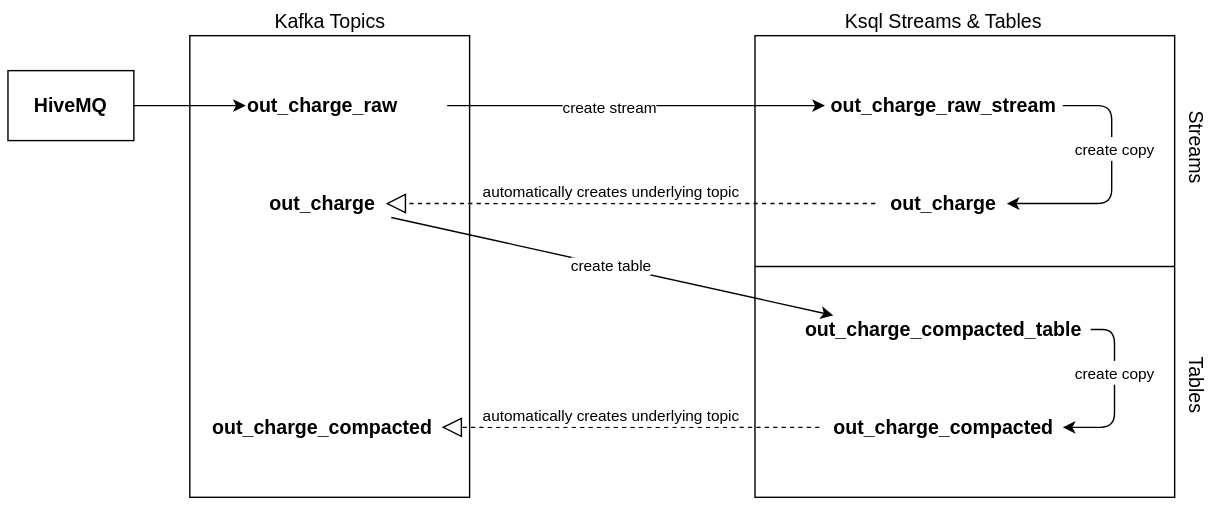
NovatecConsulting/showcase-kafka-iot-emob keeps this draw.io diagram as DataFlow_v2.svg. Above is the earlier version. Source tidied: cells renumbered, new cells last; positions are measured from the earlier drawing's top-left corner, leaving out a move shared by most shapes.
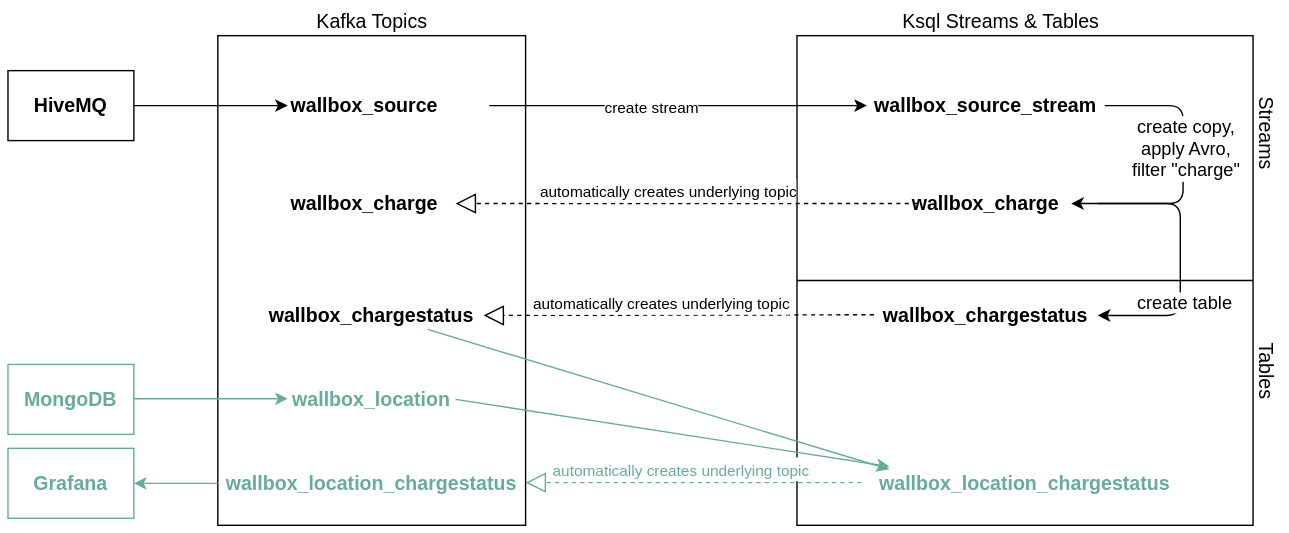
The same diagram one commit later.

Change to the diagram source:
```diff
@@ -3,37 +3,34 @@
     <mxCell id="0" />
     <mxCell id="1" parent="0" />
     <mxCell id="2" style="rounded=0;whiteSpace=wrap;html=1;" parent="1" vertex="1">
-      <mxGeometry x="130" y="20" width="200" height="330" as="geometry" />
+      <mxGeometry x="120" y="20" width="220" height="350" as="geometry" />
     </mxCell>
-    <mxCell id="3" value="out_charge_raw" style="text;html=1;strokeColor=none;fillColor=none;align=center;verticalAlign=middle;whiteSpace=wrap;rounded=0;fontSize=14;fontStyle=1;" parent="1" vertex="1">
+    <mxCell id="3" value="wallbox_source" style="text;html=1;strokeColor=none;fillColor=none;align=center;verticalAlign=middle;whiteSpace=wrap;rounded=0;fontSize=14;fontStyle=1;" parent="1" vertex="1">
       <mxGeometry x="205" y="60" width="40" height="20" as="geometry" />
     </mxCell>
-    <mxCell id="4" value="out_charge" style="text;html=1;strokeColor=none;fillColor=none;align=center;verticalAlign=middle;whiteSpace=wrap;rounded=0;fontSize=14;fontStyle=1;" parent="1" vertex="1">
+    <mxCell id="4" value="wallbox_charge" style="text;html=1;strokeColor=none;fillColor=none;align=center;verticalAlign=middle;whiteSpace=wrap;rounded=0;fontSize=14;fontStyle=1;" parent="1" vertex="1">
       <mxGeometry x="205" y="130" width="40" height="20" as="geometry" />
     </mxCell>
-    <mxCell id="5" value="out_charge_compacted" style="text;html=1;strokeColor=none;fillColor=none;align=center;verticalAlign=middle;whiteSpace=wrap;rounded=0;fontSize=14;fontStyle=1;" parent="1" vertex="1">
-      <mxGeometry x="205" y="290" width="40" height="20" as="geometry" />
+    <mxCell id="5" value="wallbox_chargestatus" style="text;html=1;strokeColor=none;fillColor=none;align=center;verticalAlign=middle;whiteSpace=wrap;rounded=0;fontSize=14;fontStyle=1;" parent="1" vertex="1">
+      <mxGeometry x="210" y="210" width="40" height="20" as="geometry" />
     </mxCell>
     <mxCell id="6" style="rounded=0;whiteSpace=wrap;html=1;" parent="1" vertex="1">
-      <mxGeometry x="534" y="20" width="300" height="330" as="geometry" />
+      <mxGeometry x="534" y="20" width="326" height="350" as="geometry" />
     </mxCell>
-    <mxCell id="7" value="out_charge_raw_stream" style="text;html=1;strokeColor=none;fillColor=none;align=center;verticalAlign=middle;whiteSpace=wrap;rounded=0;fontSize=14;fontStyle=1;" parent="1" vertex="1">
+    <mxCell id="7" value="wallbox_source_stream" style="text;html=1;strokeColor=none;fillColor=none;align=center;verticalAlign=middle;whiteSpace=wrap;rounded=0;fontSize=14;fontStyle=1;" parent="1" vertex="1">
       <mxGeometry x="649" y="60" width="40" height="20" as="geometry" />
     </mxCell>
-    <mxCell id="8" value="out_charge" style="text;html=1;strokeColor=none;fillColor=none;align=center;verticalAlign=middle;whiteSpace=wrap;rounded=0;fontSize=14;fontStyle=1;" parent="1" vertex="1">
+    <mxCell id="8" value="wallbox_charge" style="text;html=1;strokeColor=none;fillColor=none;align=center;verticalAlign=middle;whiteSpace=wrap;rounded=0;fontSize=14;fontStyle=1;" parent="1" vertex="1">
       <mxGeometry x="649" y="130" width="40" height="20" as="geometry" />
     </mxCell>
-    <mxCell id="9" value="out_charge_compacted_table" style="text;html=1;strokeColor=none;fillColor=none;align=center;verticalAlign=middle;whiteSpace=wrap;rounded=0;fontSize=14;fontStyle=1;" parent="1" vertex="1">
-      <mxGeometry x="649" y="220" width="40" height="20" as="geometry" />
+    <mxCell id="9" value="wallbox_chargestatus" style="text;html=1;strokeColor=none;fillColor=none;align=center;verticalAlign=middle;whiteSpace=wrap;rounded=0;fontSize=14;fontStyle=1;" parent="1" vertex="1">
+      <mxGeometry x="649" y="210" width="40" height="20" as="geometry" />
     </mxCell>
-    <mxCell id="10" value="out_charge_compacted" style="text;html=1;strokeColor=none;fillColor=none;align=center;verticalAlign=middle;whiteSpace=wrap;rounded=0;fontSize=14;fontStyle=1;" parent="1" vertex="1">
-      <mxGeometry x="649" y="290" width="40" height="20" as="geometry" />
-    </mxCell>
     <mxCell id="11" value="Kafka Topics" style="text;html=1;strokeColor=none;fillColor=none;align=center;verticalAlign=middle;whiteSpace=wrap;rounded=0;fontSize=14;" parent="1" vertex="1">
       <mxGeometry x="182.5" width="95" height="20" as="geometry" />
     </mxCell>
     <mxCell id="12" value="Ksql Streams &amp;amp; Tables" style="text;html=1;strokeColor=none;fillColor=none;align=center;verticalAlign=middle;whiteSpace=wrap;rounded=0;fontSize=14;" parent="1" vertex="1">
-      <mxGeometry x="589" width="160" height="20" as="geometry" />
+      <mxGeometry x="600" width="160" height="20" as="geometry" />
     </mxCell>
     <mxCell id="13" style="endArrow=classic;html=1;fontSize=11;" parent="1" edge="1">
       <mxGeometry relative="1" as="geometry">
@@ -44,62 +41,32 @@
     <mxCell id="14" value="&lt;font style=&quot;font-size: 11px&quot;&gt;create stream&lt;/font&gt;" style="edgeLabel;html=1;align=center;verticalAlign=middle;fontSize=14;" parent="13" vertex="1">
       <mxGeometry x="-0.15" relative="1" as="geometry" />
     </mxCell>
-    <mxCell id="15" style="endArrow=classic;html=1;fontSize=14;" parent="1" edge="1">
-      <mxGeometry relative="1" as="geometry">
-        <mxPoint x="274" y="150" as="sourcePoint" />
-        <mxPoint x="590" y="220" as="targetPoint" />
-      </mxGeometry>
-    </mxCell>
-    <mxCell id="16" value="create table" style="edgeLabel;html=1;align=center;verticalAlign=middle;fontSize=11;" parent="15" vertex="1">
-      <mxGeometry x="0.07" y="2" relative="1" as="geometry">
-        <mxPoint x="-14.3" y="-0.7" as="offset" />
-      </mxGeometry>
-    </mxCell>
     <mxCell id="17" style="endArrow=classic;html=1;fontSize=14;" parent="1" edge="1">
       <mxGeometry relative="1" as="geometry">
         <mxPoint x="754" y="70" as="sourcePoint" />
-        <mxPoint x="714" y="140" as="targetPoint" />
+        <mxPoint x="730" y="140" as="targetPoint" />
         <Array as="points">
-          <mxPoint x="789" y="70" />
-          <mxPoint x="789" y="100" />
-          <mxPoint x="789" y="140" />
+          <mxPoint x="810" y="70" />
+          <mxPoint x="810" y="140" />
         </Array>
       </mxGeometry>
     </mxCell>
-    <mxCell id="18" value="&lt;font style=&quot;font-size: 11px&quot;&gt;create copy &lt;/font&gt;" style="edgeLabel;html=1;align=center;verticalAlign=middle;fontSize=14;" parent="17" vertex="1">
-      <mxGeometry x="-0.17" y="1" relative="1" as="geometry">
-        <mxPoint y="-10" as="offset" />
-      </mxGeometry>
+    <mxCell id="18" value="&lt;div style=&quot;font-size: 13px&quot;&gt;&lt;font style=&quot;font-size: 13px&quot;&gt;create copy&lt;/font&gt;&lt;font style=&quot;font-size: 13px&quot;&gt;,&lt;/font&gt;&lt;/div&gt;&lt;div style=&quot;font-size: 13px&quot;&gt;&lt;font style=&quot;font-size: 13px&quot;&gt;apply Avro,&lt;/font&gt;&lt;/div&gt;&lt;div style=&quot;font-size: 13px&quot;&gt;&lt;font style=&quot;font-size: 13px&quot;&gt;filter &quot;charge&quot;&lt;/font&gt;&lt;font style=&quot;font-size: 13px&quot;&gt;&lt;br&gt;&lt;/font&gt;&lt;/div&gt;" style="edgeLabel;html=1;align=center;verticalAlign=middle;fontSize=14;" parent="17" vertex="1">
+      <mxGeometry x="-0.17" y="1" relative="1" as="geometry" />
     </mxCell>
-    <mxCell id="19" style="endArrow=classic;html=1;fontSize=14;" parent="1" edge="1">
-      <mxGeometry relative="1" as="geometry">
-        <mxPoint x="774" y="230" as="sourcePoint" />
-        <mxPoint x="754" y="300" as="targetPoint" />
-        <Array as="points">
-          <mxPoint x="791" y="230" />
-          <mxPoint x="791" y="260" />
-          <mxPoint x="791" y="300" />
-        </Array>
-      </mxGeometry>
-    </mxCell>
-    <mxCell id="20" value="&lt;font style=&quot;font-size: 11px&quot;&gt;create copy&lt;/font&gt;" style="edgeLabel;html=1;align=center;verticalAlign=middle;fontSize=14;" parent="19" vertex="1">
-      <mxGeometry x="-0.1" y="2" relative="1" as="geometry">
-        <mxPoint x="-3" y="-9" as="offset" />
-      </mxGeometry>
-    </mxCell>
     <mxCell id="21" style="endArrow=none;html=1;fontSize=14;entryX=1;entryY=0.5;entryDx=0;entryDy=0;exitX=0;exitY=0.5;exitDx=0;exitDy=0;" parent="1" edge="1" source="6" target="6">
       <mxGeometry relative="1" as="geometry" />
     </mxCell>
     <mxCell id="22" value="Streams" style="text;html=1;strokeColor=none;fillColor=none;align=center;verticalAlign=middle;whiteSpace=wrap;rounded=0;fontSize=14;rotation=90;" parent="1" vertex="1">
-      <mxGeometry x="830" y="90" width="40" height="20" as="geometry" />
+      <mxGeometry x="850" y="80" width="40" height="20" as="geometry" />
     </mxCell>
     <mxCell id="23" value="Tables" style="text;html=1;strokeColor=none;fillColor=none;align=center;verticalAlign=middle;whiteSpace=wrap;rounded=0;fontSize=14;rotation=90;" parent="1" vertex="1">
-      <mxGeometry x="830" y="260" width="40" height="20" as="geometry" />
+      <mxGeometry x="850" y="250" width="40" height="20" as="geometry" />
     </mxCell>
     <mxCell id="24" style="endArrow=block;dashed=1;endFill=0;endSize=12;html=1;fontSize=14;" parent="1" edge="1">
       <mxGeometry relative="1" as="geometry">
         <mxPoint x="620" y="140" as="sourcePoint" />
-        <mxPoint x="270" y="140" as="targetPoint" />
+        <mxPoint x="290" y="140" as="targetPoint" />
       </mxGeometry>
     </mxCell>
     <mxCell id="25" value="&lt;font style=&quot;font-size: 11px&quot;&gt;automatically creates underlying topic&lt;/font&gt;" style="edgeLabel;html=1;align=center;verticalAlign=middle;fontSize=14;" parent="24" vertex="1">
@@ -109,22 +76,87 @@
     </mxCell>
     <mxCell id="26" style="endArrow=block;dashed=1;endFill=0;endSize=12;html=1;fontSize=14;" parent="1" edge="1">
       <mxGeometry relative="1" as="geometry">
-        <mxPoint x="580" y="300" as="sourcePoint" />
-        <mxPoint x="310" y="300" as="targetPoint" />
+        <mxPoint x="589" y="219.5" as="sourcePoint" />
+        <mxPoint x="310" y="220" as="targetPoint" />
       </mxGeometry>
     </mxCell>
     <mxCell id="27" value="&lt;font style=&quot;font-size: 11px&quot;&gt;automatically creates underlying topic&lt;/font&gt;" style="edgeLabel;html=1;align=center;verticalAlign=middle;fontSize=14;" parent="26" vertex="1">
       <mxGeometry x="-0.08" y="1" relative="1" as="geometry">
-        <mxPoint x="-26" y="-11" as="offset" />
+        <mxPoint x="-25" y="-10.5" as="offset" />
       </mxGeometry>
     </mxCell>
     <mxCell id="28" value="&lt;font style=&quot;font-size: 14px&quot;&gt;&lt;b&gt;HiveMQ&lt;/b&gt;&lt;/font&gt;" style="rounded=0;whiteSpace=wrap;html=1;fontSize=11;" parent="1" vertex="1">
-      <mxGeometry y="45" width="90" height="50" as="geometry" />
+      <mxGeometry x="-30" y="45" width="90" height="50" as="geometry" />
     </mxCell>
     <mxCell id="29" style="endArrow=classic;html=1;fontSize=11;exitX=1;exitY=0.5;exitDx=0;exitDy=0;" parent="1" edge="1" source="28">
       <mxGeometry relative="1" as="geometry">
         <mxPoint x="170" y="70" as="targetPoint" />
       </mxGeometry>
     </mxCell>
+    <mxCell id="30" value="&lt;font size=&quot;1&quot; color=&quot;#67AB9F&quot;&gt;&lt;b style=&quot;font-size: 14px&quot;&gt;wallbox_location&lt;/b&gt;&lt;/font&gt;" style="text;html=1;strokeColor=none;fillColor=none;align=center;verticalAlign=middle;whiteSpace=wrap;rounded=0;" parent="1" vertex="1">
+      <mxGeometry x="210" y="270" width="40" height="20" as="geometry" />
+    </mxCell>
+    <mxCell id="31" value="&lt;font size=&quot;1&quot; color=&quot;#67AB9F&quot;&gt;&lt;b style=&quot;font-size: 14px&quot;&gt;wallbox_location_chargestatus&lt;/b&gt;&lt;/font&gt;" style="text;html=1;strokeColor=none;fillColor=none;align=center;verticalAlign=middle;whiteSpace=wrap;rounded=0;" parent="1" vertex="1">
+      <mxGeometry x="210" y="330" width="40" height="20" as="geometry" />
+    </mxCell>
+    <mxCell id="32" style="endArrow=classic;html=1;fontSize=14;" parent="1" edge="1">
+      <mxGeometry relative="1" as="geometry">
+        <mxPoint x="749" y="140" as="sourcePoint" />
+        <mxPoint x="749" y="220" as="targetPoint" />
+        <Array as="points">
+          <mxPoint x="808" y="140" />
+          <mxPoint x="808" y="180" />
+          <mxPoint x="808" y="220" />
+        </Array>
+      </mxGeometry>
+    </mxCell>
+    <mxCell id="16" value="&lt;div style=&quot;font-size: 13px&quot;&gt;&lt;font style=&quot;font-size: 13px&quot;&gt;create table&lt;/font&gt;&lt;/div&gt;" style="edgeLabel;html=1;align=center;verticalAlign=middle;fontSize=14;" parent="32" vertex="1">
+      <mxGeometry x="-0.17" y="1" relative="1" as="geometry">
+        <mxPoint x="1" y="47" as="offset" />
+      </mxGeometry>
+    </mxCell>
+    <mxCell id="33" value="&lt;font size=&quot;1&quot; color=&quot;#67AB9F&quot;&gt;&lt;b style=&quot;font-size: 14px&quot;&gt;wallbox_location_chargestatus&lt;/b&gt;&lt;/font&gt;" style="text;html=1;strokeColor=none;fillColor=none;align=center;verticalAlign=middle;whiteSpace=wrap;rounded=0;" parent="1" vertex="1">
+      <mxGeometry x="677" y="330" width="40" height="20" as="geometry" />
+    </mxCell>
+    <mxCell id="34" style="endArrow=classic;html=1;strokeColor=#67AB9F;" parent="1" edge="1">
+      <mxGeometry relative="1" as="geometry">
+        <mxPoint x="270" y="230" as="sourcePoint" />
+        <mxPoint x="600" y="330" as="targetPoint" />
+      </mxGeometry>
+    </mxCell>
+    <mxCell id="35" style="endArrow=classic;html=1;strokeColor=#67AB9F;" parent="1" edge="1">
+      <mxGeometry relative="1" as="geometry">
+        <mxPoint x="290" y="280" as="sourcePoint" />
+        <mxPoint x="600" y="328" as="targetPoint" />
+      </mxGeometry>
+    </mxCell>
+    <mxCell id="36" style="endArrow=block;dashed=1;endFill=0;endSize=12;html=1;fontSize=14;strokeColor=#67AB9F;" parent="1" edge="1">
+      <mxGeometry relative="1" as="geometry">
+        <mxPoint x="580" y="339.5" as="sourcePoint" />
+        <mxPoint x="340" y="339.5" as="targetPoint" />
+      </mxGeometry>
+    </mxCell>
+    <mxCell id="37" value="&lt;font style=&quot;font-size: 11px&quot; color=&quot;#67AB9F&quot;&gt;automatically creates underlying topic&lt;/font&gt;" style="edgeLabel;html=1;align=center;verticalAlign=middle;fontSize=14;" parent="36" vertex="1">
+      <mxGeometry x="-0.08" y="1" relative="1" as="geometry">
+        <mxPoint x="-20" y="-11" as="offset" />
+      </mxGeometry>
+    </mxCell>
+    <mxCell id="38" value="&lt;font color=&quot;#67AB9F&quot;&gt;&lt;b&gt;&lt;font style=&quot;font-size: 14px&quot;&gt;MongoDB&lt;/font&gt;&lt;/b&gt;&lt;/font&gt;" style="rounded=0;whiteSpace=wrap;html=1;fontSize=11;strokeColor=#67AB9F;" parent="1" vertex="1">
+      <mxGeometry x="-30" y="255" width="90" height="50" as="geometry" />
+    </mxCell>
+    <mxCell id="39" style="endArrow=classic;html=1;fontSize=11;exitX=1;exitY=0.5;exitDx=0;exitDy=0;strokeColor=#67AB9F;" parent="1" edge="1">
+      <mxGeometry relative="1" as="geometry">
+        <mxPoint x="60" y="279.5" as="sourcePoint" />
+        <mxPoint x="170" y="279.5" as="targetPoint" />
+      </mxGeometry>
+    </mxCell>
+    <mxCell id="40" value="&lt;font color=&quot;#67AB9F&quot;&gt;&lt;b&gt;&lt;font style=&quot;font-size: 14px&quot;&gt;Grafana&lt;/font&gt;&lt;/b&gt;&lt;/font&gt;" style="rounded=0;whiteSpace=wrap;html=1;fontSize=11;strokeColor=#67AB9F;" parent="1" vertex="1">
+      <mxGeometry x="-30" y="315" width="90" height="50" as="geometry" />
+    </mxCell>
+    <mxCell id="41" style="endArrow=classic;html=1;strokeColor=#67AB9F;entryX=1;entryY=0.5;entryDx=0;entryDy=0;" parent="1" edge="1" target="40">
+      <mxGeometry relative="1" as="geometry">
+        <mxPoint x="120" y="340" as="sourcePoint" />
+      </mxGeometry>
+    </mxCell>
   </root>
 </mxGraphModel>
```
